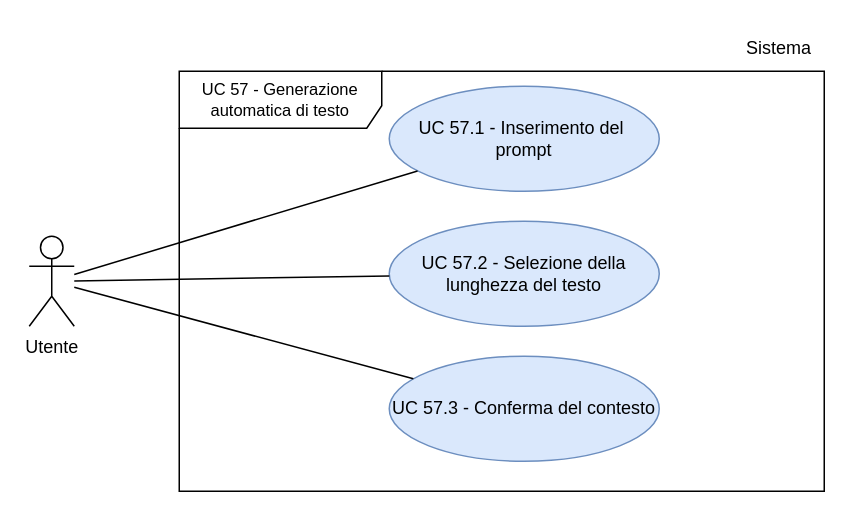
Earlier version of the draw.io diagram RTB/doc_esterna/analisi-dei-requisiti/assets/draw.io/UC57.1.drawio (thebitless-group-swe/thebitless.github.io). Source tidied: cells renumbered, new cells numbered last; positions are measured from the earlier drawing's top-left corner, leaving out a move shared by most shapes. Both pictures are drawn from the tidied source at 150%, with x=0, y=0 at pixel (28, 26).
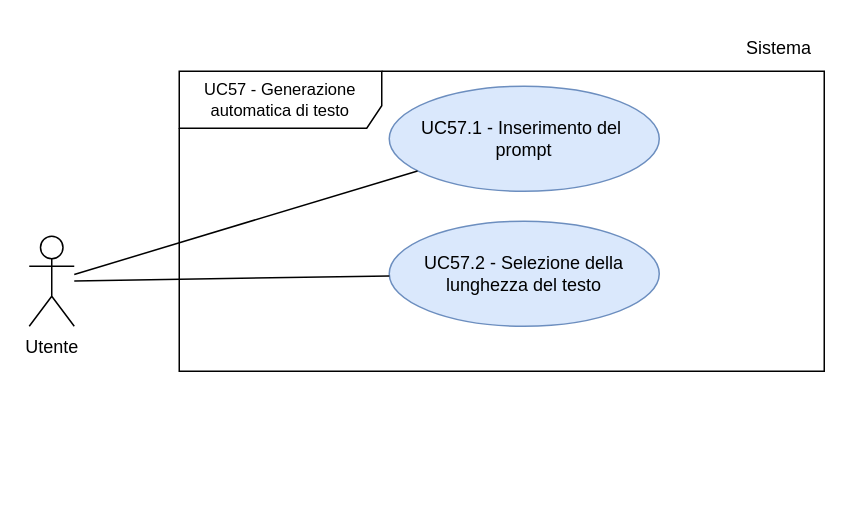
After the change.

Change to the diagram source:
```diff
@@
 <mxGraphModel>
   <root>
     <mxCell id="0" />
     <mxCell id="1" parent="0" />
     <mxCell id="2" value="Utente" style="shape=umlActor;verticalLabelPosition=bottom;verticalAlign=top;html=1;outlineConnect=0;fontSize=12;" parent="1" vertex="1">
       <mxGeometry y="140" width="30" height="60" as="geometry" />
     </mxCell>
-    <mxCell id="3" value="UC 57 - Generazione automatica di testo" style="shape=umlFrame;whiteSpace=wrap;html=1;width=135;height=38;fontSize=11;align=center;" parent="1" vertex="1">
-      <mxGeometry x="100" y="30" width="430" height="280" as="geometry" />
+    <mxCell id="3" value="UC57 - Generazione automatica di testo" style="shape=umlFrame;whiteSpace=wrap;html=1;width=135;height=38;fontSize=11;align=center;" parent="1" vertex="1">
+      <mxGeometry x="100" y="30" width="430" height="200" as="geometry" />
     </mxCell>
-    <mxCell id="4" value="&lt;div&gt;&lt;font style=&quot;font-size: 12px;&quot;&gt;UC 57.1 - Inserimento del&amp;nbsp;&lt;/font&gt;&lt;/div&gt;&lt;div&gt;&lt;font style=&quot;font-size: 12px;&quot;&gt;prompt&lt;/font&gt;&lt;/div&gt;" style="ellipse;whiteSpace=wrap;html=1;fillColor=#dae8fc;strokeColor=#6c8ebf;fontSize=11;" parent="3" vertex="1">
+    <mxCell id="4" value="&lt;div&gt;&lt;font style=&quot;font-size: 12px;&quot;&gt;UC57.1 - Inserimento del&amp;nbsp;&lt;/font&gt;&lt;/div&gt;&lt;div&gt;&lt;font style=&quot;font-size: 12px;&quot;&gt;prompt&lt;/font&gt;&lt;/div&gt;" style="ellipse;whiteSpace=wrap;html=1;fillColor=#dae8fc;strokeColor=#6c8ebf;fontSize=11;" parent="3" vertex="1">
       <mxGeometry x="140" y="10" width="180" height="70" as="geometry" />
     </mxCell>
-    <mxCell id="5" value="&lt;font style=&quot;font-size: 12px;&quot;&gt;UC 57.2 - Selezione della lunghezza del testo&lt;/font&gt;" style="ellipse;whiteSpace=wrap;html=1;fillColor=#dae8fc;strokeColor=#6c8ebf;fontSize=11;" parent="3" vertex="1">
+    <mxCell id="5" value="&lt;font style=&quot;font-size: 12px;&quot;&gt;UC57.2 - Selezione della lunghezza del testo&lt;/font&gt;" style="ellipse;whiteSpace=wrap;html=1;fillColor=#dae8fc;strokeColor=#6c8ebf;fontSize=11;" parent="3" vertex="1">
       <mxGeometry x="140" y="100" width="180" height="70" as="geometry" />
     </mxCell>
-    <mxCell id="6" value="&lt;font style=&quot;font-size: 12px;&quot;&gt;UC 57.3 - Conferma del contesto&lt;/font&gt;" style="ellipse;whiteSpace=wrap;html=1;fillColor=#dae8fc;strokeColor=#6c8ebf;fontSize=11;" parent="3" vertex="1">
-      <mxGeometry x="140" y="190" width="180" height="70" as="geometry" />
-    </mxCell>
     <mxCell id="7" style="edgeStyle=none;rounded=0;jettySize=auto;html=1;endArrow=none;endFill=0;" parent="1" edge="1" source="2" target="4">
       <mxGeometry relative="1" as="geometry" />
     </mxCell>
     <mxCell id="8" style="edgeStyle=none;rounded=0;jettySize=auto;html=1;endArrow=none;endFill=0;" parent="1" edge="1" source="2" target="5">
       <mxGeometry relative="1" as="geometry" />
     </mxCell>
-    <mxCell id="9" style="edgeStyle=none;rounded=0;jettySize=auto;html=1;endArrow=none;endFill=0;" parent="1" edge="1" source="2" target="6">
-      <mxGeometry relative="1" as="geometry" />
-    </mxCell>
     <mxCell id="10" value="Sistema" style="text;html=1;whiteSpace=wrap;strokeColor=none;fillColor=none;align=center;verticalAlign=middle;rounded=0;" parent="1" vertex="1">
       <mxGeometry x="470" width="60" height="30" as="geometry" />
     </mxCell>
   </root>
 </mxGraphModel>
```
